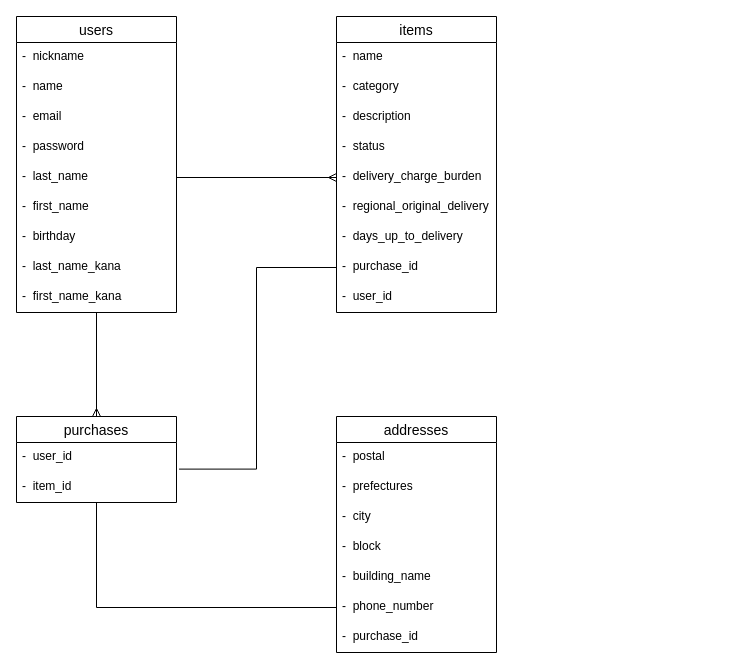
ar77777/furima-30434 keeps this draw.io diagram as test.dio. Above is the earlier version. Source tidied: cells renumbered, new cells numbered last; positions are measured from the earlier drawing's top-left corner, leaving out a move shared by most shapes. Both pictures are drawn from the tidied source at 100%, with x=0, y=0 at pixel (16, 16).
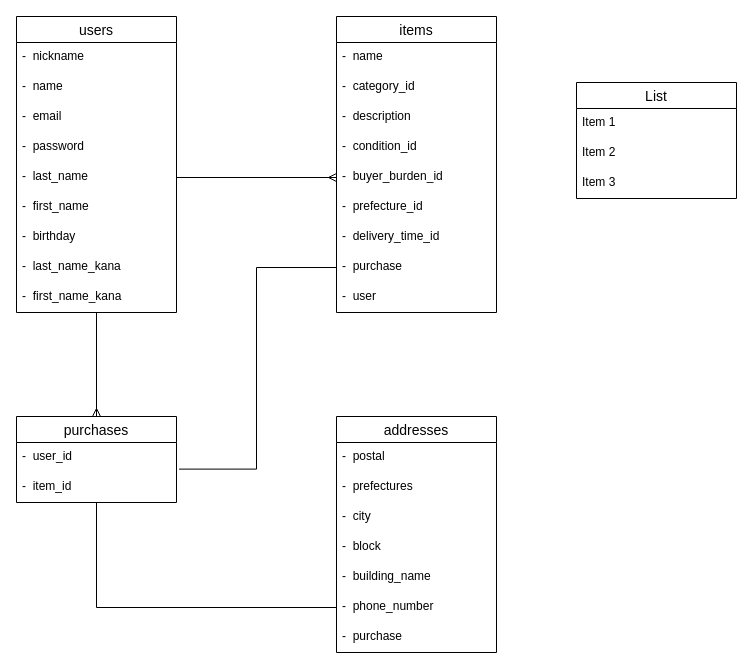
The same diagram, later.

Unchanged cells that the change refers to:
```xml
<mxCell id="15" value="items" style="swimlane;fontStyle=0;horizontal=1;startSize=26;align=center;fontSize=14;" parent="1" vertex="1">
  <mxGeometry x="320" width="160" height="296" as="geometry" />
</mxCell>
<mxCell id="26" value="addresses" style="swimlane;fontStyle=0;horizontal=1;startSize=26;align=center;fontSize=14;" parent="1" vertex="1">
  <mxGeometry x="320" y="400" width="160" height="236" as="geometry" />
</mxCell>
```

Change to the diagram source:
```diff
@@
-    <mxCell id="17" value="-  category" style="text;strokeColor=none;fillColor=none;spacingLeft=4;spacingRight=4;overflow=hidden;fontSize=12;" parent="15" vertex="1">
+    <mxCell id="17" value="-  category_id" style="text;strokeColor=none;fillColor=none;spacingLeft=4;spacingRight=4;overflow=hidden;fontSize=12;" parent="15" vertex="1">
       <mxGeometry y="56" width="160" height="30" as="geometry" />
     </mxCell>
@@
-    <mxCell id="19" value="-  status" style="text;strokeColor=none;fillColor=none;spacingLeft=4;spacingRight=4;overflow=hidden;fontSize=12;" parent="15" vertex="1">
+    <mxCell id="19" value="-  condition_id" style="text;strokeColor=none;fillColor=none;spacingLeft=4;spacingRight=4;overflow=hidden;fontSize=12;" parent="15" vertex="1">
       <mxGeometry y="116" width="160" height="30" as="geometry" />
     </mxCell>
-    <mxCell id="20" value="-  delivery_charge_burden" style="text;strokeColor=none;fillColor=none;spacingLeft=4;spacingRight=4;overflow=hidden;points=[[0,0.5],[1,0.5]];portConstraint=eastwest;fontSize=12;" parent="15" vertex="1">
+    <mxCell id="20" value="-  buyer_burden_id" style="text;strokeColor=none;fillColor=none;spacingLeft=4;spacingRight=4;overflow=hidden;points=[[0,0.5],[1,0.5]];portConstraint=eastwest;fontSize=12;" parent="15" vertex="1">
       <mxGeometry y="146" width="160" height="30" as="geometry" />
     </mxCell>
-    <mxCell id="21" value="-  regional_original_delivery" style="text;strokeColor=none;fillColor=none;spacingLeft=4;spacingRight=4;overflow=hidden;fontSize=12;" parent="15" vertex="1">
+    <mxCell id="21" value="-  prefecture_id" style="text;strokeColor=none;fillColor=none;spacingLeft=4;spacingRight=4;overflow=hidden;fontSize=12;" parent="15" vertex="1">
       <mxGeometry y="176" width="160" height="30" as="geometry" />
     </mxCell>
-    <mxCell id="22" value="-  days_up_to_delivery" style="text;strokeColor=none;fillColor=none;spacingLeft=4;spacingRight=4;overflow=hidden;fontSize=12;" parent="15" vertex="1">
+    <mxCell id="22" value="-  delivery_time_id" style="text;strokeColor=none;fillColor=none;spacingLeft=4;spacingRight=4;overflow=hidden;fontSize=12;" parent="15" vertex="1">
       <mxGeometry y="206" width="160" height="30" as="geometry" />
     </mxCell>
-    <mxCell id="23" value="-  purchase_id" style="text;strokeColor=none;fillColor=none;spacingLeft=4;spacingRight=4;overflow=hidden;points=[[0,0.5],[1,0.5]];portConstraint=eastwest;fontSize=12;" parent="15" vertex="1">
+    <mxCell id="23" value="-  purchase" style="text;strokeColor=none;fillColor=none;spacingLeft=4;spacingRight=4;overflow=hidden;points=[[0,0.5],[1,0.5]];portConstraint=eastwest;fontSize=12;" parent="15" vertex="1">
       <mxGeometry y="236" width="160" height="30" as="geometry" />
     </mxCell>
-    <mxCell id="24" value="-  user_id" style="text;strokeColor=none;fillColor=none;spacingLeft=4;spacingRight=4;overflow=hidden;fontSize=12;" parent="15" vertex="1">
+    <mxCell id="24" value="-  user" style="text;strokeColor=none;fillColor=none;spacingLeft=4;spacingRight=4;overflow=hidden;fontSize=12;" parent="15" vertex="1">
       <mxGeometry y="266" width="160" height="30" as="geometry" />
     </mxCell>
@@
-    <mxCell id="33" value="-  purchase_id" style="text;strokeColor=none;fillColor=none;spacingLeft=4;spacingRight=4;overflow=hidden;fontSize=12;" parent="26" vertex="1">
+    <mxCell id="33" value="-  purchase" style="text;strokeColor=none;fillColor=none;spacingLeft=4;spacingRight=4;overflow=hidden;fontSize=12;" parent="26" vertex="1">
       <mxGeometry y="206" width="160" height="30" as="geometry" />
     </mxCell>
@@
+    <mxCell id="37" value="List" style="swimlane;fontStyle=0;horizontal=1;startSize=26;align=center;fontSize=14;" parent="1" vertex="1">
+      <mxGeometry x="560" y="66" width="160" height="116" as="geometry" />
+    </mxCell>
+    <mxCell id="38" value="Item 1" style="text;strokeColor=none;fillColor=none;spacingLeft=4;spacingRight=4;overflow=hidden;fontSize=12;" parent="37" vertex="1">
+      <mxGeometry y="26" width="160" height="30" as="geometry" />
+    </mxCell>
+    <mxCell id="39" value="Item 2" style="text;strokeColor=none;fillColor=none;spacingLeft=4;spacingRight=4;overflow=hidden;fontSize=12;" parent="37" vertex="1">
+      <mxGeometry y="56" width="160" height="30" as="geometry" />
+    </mxCell>
+    <mxCell id="40" value="Item 3" style="text;strokeColor=none;fillColor=none;spacingLeft=4;spacingRight=4;overflow=hidden;fontSize=12;" parent="37" vertex="1">
+      <mxGeometry y="86" width="160" height="30" as="geometry" />
+    </mxCell>
```
